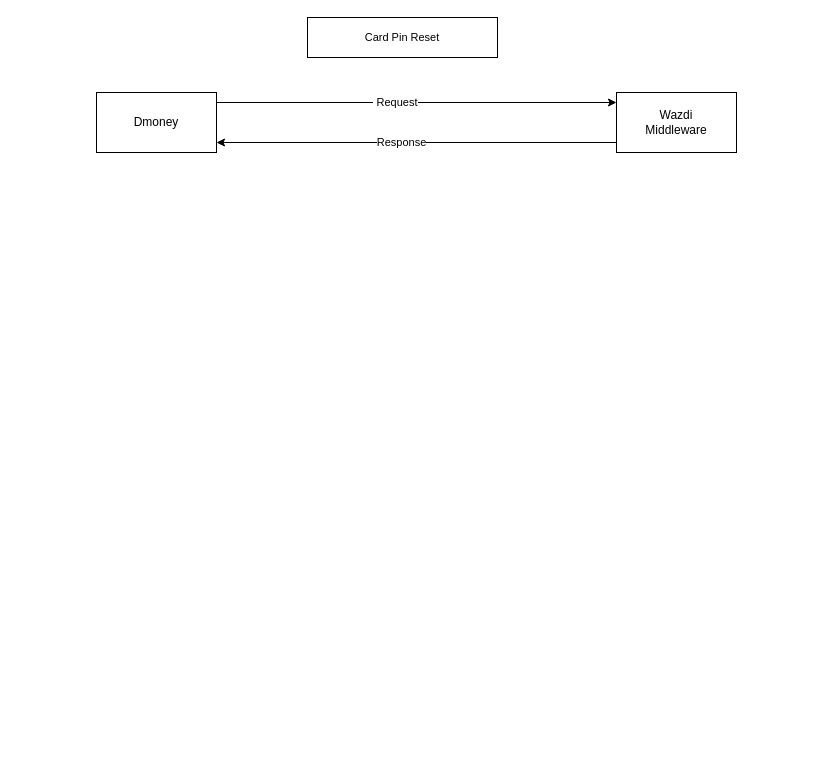
This is page "Forgot PIN API" (3 of 6) of Untitled Diagram.drawio from hanifuddin15/LocalApiTest, a draw.io file, before an edit. Source tidied: cells renumbered, new cells numbered last; positions are measured from the earlier drawing's top-left corner, leaving out a move shared by most shapes. Both pictures are drawn from the tidied source at 100%, with x=0, y=0 at pixel (96, 17).
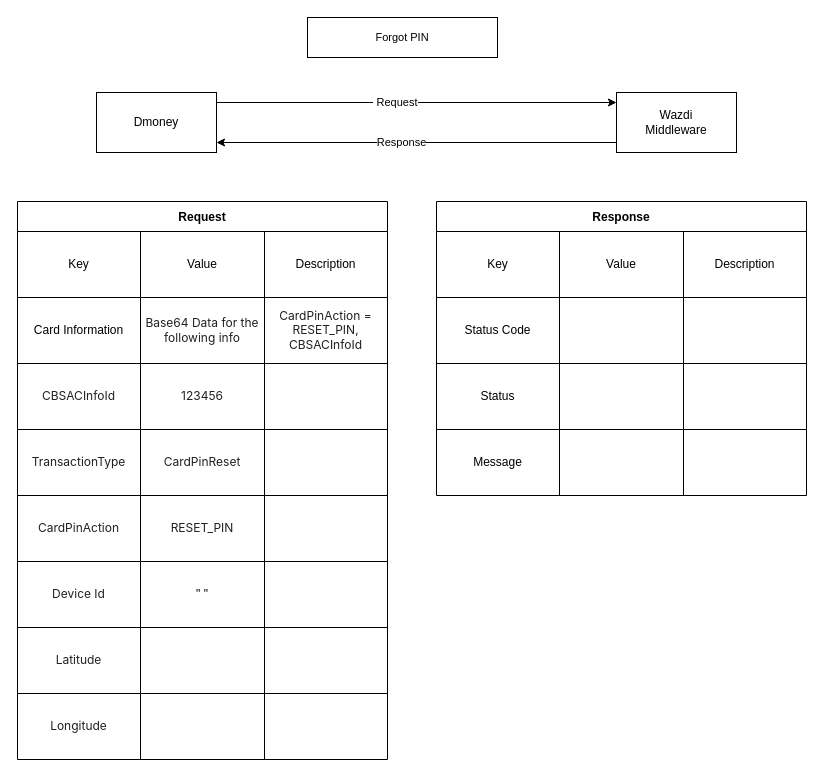
The same page after the edit.

Diff of the diagram source:
```diff
@@
-    <mxCell id="8" value="&lt;span style=&quot;font-size: 11px; background-color: rgb(255, 255, 255);&quot;&gt;Card Pin Reset&lt;/span&gt;" style="rounded=0;whiteSpace=wrap;html=1;" parent="1" vertex="1">
+    <mxCell id="8" value="&lt;span style=&quot;font-size: 11px; background-color: rgb(255, 255, 255);&quot;&gt;Forgot PIN&lt;/span&gt;" style="rounded=0;whiteSpace=wrap;html=1;" parent="1" vertex="1">
       <mxGeometry x="211" width="190" height="40" as="geometry" />
     </mxCell>
+    <mxCell id="9" value="Request" style="shape=table;startSize=30;childLayout=tableLayout;fontStyle=1;align=center;" parent="1" vertex="1">
+      <mxGeometry x="-79" y="184" width="370" height="558" as="geometry" />
+    </mxCell>
+    <mxCell id="10" style="shape=tableRow;horizontal=0;startSize=0;swimlaneHead=0;swimlaneBody=0;top=0;left=0;bottom=0;right=0;fillColor=none;" parent="9" vertex="1">
+      <mxGeometry y="30" width="370" height="66" as="geometry" />
+    </mxCell>
+    <mxCell id="11" value="Key" style="shape=partialRectangle;html=1;whiteSpace=wrap;fillColor=none;top=0;left=0;bottom=0;right=0;overflow=hidden;" parent="10" vertex="1">
+      <mxGeometry width="123" height="66" as="geometry" />
+    </mxCell>
+    <mxCell id="12" value="Value" style="shape=partialRectangle;html=1;whiteSpace=wrap;fillColor=none;top=0;left=0;bottom=0;right=0;overflow=hidden;" parent="10" vertex="1">
+      <mxGeometry x="123" width="124" height="66" as="geometry" />
+    </mxCell>
+    <mxCell id="13" value="Description" style="shape=partialRectangle;html=1;whiteSpace=wrap;fillColor=none;top=0;left=0;bottom=0;right=0;overflow=hidden;" parent="10" vertex="1">
+      <mxGeometry x="247" width="123" height="66" as="geometry" />
+    </mxCell>
+    <mxCell id="14" style="shape=tableRow;horizontal=0;startSize=0;swimlaneHead=0;swimlaneBody=0;top=0;left=0;bottom=0;right=0;fillColor=none;" parent="9" vertex="1">
+      <mxGeometry y="96" width="370" height="66" as="geometry" />
+    </mxCell>
+    <mxCell id="15" value="Card Information" style="shape=partialRectangle;html=1;whiteSpace=wrap;fillColor=none;top=0;left=0;bottom=0;right=0;overflow=hidden;" parent="14" vertex="1">
+      <mxGeometry width="123" height="66" as="geometry" />
+    </mxCell>
+    <mxCell id="16" value="&lt;span style=&quot;color: rgb(33, 33, 33); font-family: Inter, system-ui, -apple-system, BlinkMacSystemFont, &amp;quot;Segoe UI&amp;quot;, Roboto, Oxygen, Ubuntu, Cantarell, &amp;quot;Fira Sans&amp;quot;, &amp;quot;Droid Sans&amp;quot;, Helvetica, Arial, sans-serif; text-align: left; background-color: rgb(255, 255, 255);&quot;&gt;Base64 Data for the following info&lt;/span&gt;" style="shape=partialRectangle;html=1;whiteSpace=wrap;fillColor=none;top=0;left=0;bottom=0;right=0;overflow=hidden;" parent="14" vertex="1">
+      <mxGeometry x="123" width="124" height="66" as="geometry" />
+    </mxCell>
+    <mxCell id="17" value="&lt;span style=&quot;color: rgb(33, 33, 33); font-family: Inter, system-ui, -apple-system, BlinkMacSystemFont, &amp;quot;Segoe UI&amp;quot;, Roboto, Oxygen, Ubuntu, Cantarell, &amp;quot;Fira Sans&amp;quot;, &amp;quot;Droid Sans&amp;quot;, Helvetica, Arial, sans-serif; text-align: left; background-color: rgb(255, 255, 255);&quot;&gt;CardPinAction = RESET_PIN, CBSACInfoId&lt;/span&gt;" style="shape=partialRectangle;html=1;whiteSpace=wrap;fillColor=none;top=0;left=0;bottom=0;right=0;overflow=hidden;" parent="14" vertex="1">
+      <mxGeometry x="247" width="123" height="66" as="geometry" />
+    </mxCell>
+    <mxCell id="18" style="shape=tableRow;horizontal=0;startSize=0;swimlaneHead=0;swimlaneBody=0;top=0;left=0;bottom=0;right=0;fillColor=none;" parent="9" vertex="1">
+      <mxGeometry y="162" width="370" height="66" as="geometry" />
+    </mxCell>
+    <mxCell id="19" value="&lt;span style=&quot;color: rgb(33, 33, 33); font-family: Inter, system-ui, -apple-system, BlinkMacSystemFont, &amp;quot;Segoe UI&amp;quot;, Roboto, Oxygen, Ubuntu, Cantarell, &amp;quot;Fira Sans&amp;quot;, &amp;quot;Droid Sans&amp;quot;, Helvetica, Arial, sans-serif; text-align: left; background-color: rgb(255, 255, 255);&quot;&gt;CBSACInfoId&lt;/span&gt;" style="shape=partialRectangle;html=1;whiteSpace=wrap;fillColor=none;top=0;left=0;bottom=0;right=0;overflow=hidden;" parent="18" vertex="1">
+      <mxGeometry width="123" height="66" as="geometry" />
+    </mxCell>
+    <mxCell id="20" value="&lt;span style=&quot;color: rgb(33, 33, 33); font-family: Inter, system-ui, -apple-system, BlinkMacSystemFont, &amp;quot;Segoe UI&amp;quot;, Roboto, Oxygen, Ubuntu, Cantarell, &amp;quot;Fira Sans&amp;quot;, &amp;quot;Droid Sans&amp;quot;, Helvetica, Arial, sans-serif; text-align: left; background-color: rgb(255, 255, 255);&quot;&gt;123456&lt;/span&gt;" style="shape=partialRectangle;html=1;whiteSpace=wrap;fillColor=none;top=0;left=0;bottom=0;right=0;overflow=hidden;" parent="18" vertex="1">
+      <mxGeometry x="123" width="124" height="66" as="geometry" />
+    </mxCell>
+    <mxCell id="21" style="shape=partialRectangle;html=1;whiteSpace=wrap;fillColor=none;top=0;left=0;bottom=0;right=0;overflow=hidden;" parent="18" vertex="1">
+      <mxGeometry x="247" width="123" height="66" as="geometry" />
+    </mxCell>
+    <mxCell id="22" style="shape=tableRow;horizontal=0;startSize=0;swimlaneHead=0;swimlaneBody=0;top=0;left=0;bottom=0;right=0;fillColor=none;" parent="9" vertex="1">
+      <mxGeometry y="228" width="370" height="66" as="geometry" />
+    </mxCell>
+    <mxCell id="23" value="&lt;span style=&quot;color: rgb(33, 33, 33); font-family: Inter, system-ui, -apple-system, BlinkMacSystemFont, &amp;quot;Segoe UI&amp;quot;, Roboto, Oxygen, Ubuntu, Cantarell, &amp;quot;Fira Sans&amp;quot;, &amp;quot;Droid Sans&amp;quot;, Helvetica, Arial, sans-serif; text-align: left; background-color: rgb(255, 255, 255);&quot;&gt;TransactionType&lt;/span&gt;" style="shape=partialRectangle;html=1;whiteSpace=wrap;fillColor=none;top=0;left=0;bottom=0;right=0;overflow=hidden;" parent="22" vertex="1">
+      <mxGeometry width="123" height="66" as="geometry" />
+    </mxCell>
+    <mxCell id="24" value="&lt;span style=&quot;color: rgb(33, 33, 33); font-family: Inter, system-ui, -apple-system, BlinkMacSystemFont, &amp;quot;Segoe UI&amp;quot;, Roboto, Oxygen, Ubuntu, Cantarell, &amp;quot;Fira Sans&amp;quot;, &amp;quot;Droid Sans&amp;quot;, Helvetica, Arial, sans-serif; text-align: left; background-color: rgb(255, 255, 255);&quot;&gt;CardPinReset&lt;/span&gt;" style="shape=partialRectangle;html=1;whiteSpace=wrap;fillColor=none;top=0;left=0;bottom=0;right=0;overflow=hidden;" parent="22" vertex="1">
+      <mxGeometry x="123" width="124" height="66" as="geometry" />
+    </mxCell>
+    <mxCell id="25" style="shape=partialRectangle;html=1;whiteSpace=wrap;fillColor=none;top=0;left=0;bottom=0;right=0;overflow=hidden;" parent="22" vertex="1">
+      <mxGeometry x="247" width="123" height="66" as="geometry" />
+    </mxCell>
+    <mxCell id="26" style="shape=tableRow;horizontal=0;startSize=0;swimlaneHead=0;swimlaneBody=0;top=0;left=0;bottom=0;right=0;fillColor=none;" parent="9" vertex="1">
+      <mxGeometry y="294" width="370" height="66" as="geometry" />
+    </mxCell>
+    <mxCell id="27" value="&lt;span style=&quot;color: rgb(33, 33, 33); font-family: Inter, system-ui, -apple-system, BlinkMacSystemFont, &amp;quot;Segoe UI&amp;quot;, Roboto, Oxygen, Ubuntu, Cantarell, &amp;quot;Fira Sans&amp;quot;, &amp;quot;Droid Sans&amp;quot;, Helvetica, Arial, sans-serif; text-align: left; background-color: rgb(255, 255, 255);&quot;&gt;CardPinAction&lt;/span&gt;" style="shape=partialRectangle;html=1;whiteSpace=wrap;fillColor=none;top=0;left=0;bottom=0;right=0;overflow=hidden;" parent="26" vertex="1">
+      <mxGeometry width="123" height="66" as="geometry" />
+    </mxCell>
+    <mxCell id="28" value="&lt;span style=&quot;color: rgb(33, 33, 33); font-family: Inter, system-ui, -apple-system, BlinkMacSystemFont, &amp;quot;Segoe UI&amp;quot;, Roboto, Oxygen, Ubuntu, Cantarell, &amp;quot;Fira Sans&amp;quot;, &amp;quot;Droid Sans&amp;quot;, Helvetica, Arial, sans-serif; text-align: left; background-color: rgb(255, 255, 255);&quot;&gt;RESET_PIN&lt;/span&gt;" style="shape=partialRectangle;html=1;whiteSpace=wrap;fillColor=none;top=0;left=0;bottom=0;right=0;overflow=hidden;" parent="26" vertex="1">
+      <mxGeometry x="123" width="124" height="66" as="geometry" />
+    </mxCell>
+    <mxCell id="29" style="shape=partialRectangle;html=1;whiteSpace=wrap;fillColor=none;top=0;left=0;bottom=0;right=0;overflow=hidden;" parent="26" vertex="1">
+      <mxGeometry x="247" width="123" height="66" as="geometry" />
+    </mxCell>
+    <mxCell id="30" style="shape=tableRow;horizontal=0;startSize=0;swimlaneHead=0;swimlaneBody=0;top=0;left=0;bottom=0;right=0;fillColor=none;" parent="9" vertex="1">
+      <mxGeometry y="360" width="370" height="66" as="geometry" />
+    </mxCell>
+    <mxCell id="31" value="&lt;span style=&quot;color: rgb(33, 33, 33); font-family: Inter, system-ui, -apple-system, BlinkMacSystemFont, &amp;quot;Segoe UI&amp;quot;, Roboto, Oxygen, Ubuntu, Cantarell, &amp;quot;Fira Sans&amp;quot;, &amp;quot;Droid Sans&amp;quot;, Helvetica, Arial, sans-serif; text-align: left; background-color: rgb(255, 255, 255);&quot;&gt;Device Id&lt;/span&gt;" style="shape=partialRectangle;html=1;whiteSpace=wrap;fillColor=none;top=0;left=0;bottom=0;right=0;overflow=hidden;" parent="30" vertex="1">
+      <mxGeometry width="123" height="66" as="geometry" />
+    </mxCell>
+    <mxCell id="32" value="&quot; &quot;" style="shape=partialRectangle;html=1;whiteSpace=wrap;fillColor=none;top=0;left=0;bottom=0;right=0;overflow=hidden;" parent="30" vertex="1">
+      <mxGeometry x="123" width="124" height="66" as="geometry" />
+    </mxCell>
+    <mxCell id="33" style="shape=partialRectangle;html=1;whiteSpace=wrap;fillColor=none;top=0;left=0;bottom=0;right=0;overflow=hidden;" parent="30" vertex="1">
+      <mxGeometry x="247" width="123" height="66" as="geometry" />
+    </mxCell>
+    <mxCell id="34" style="shape=tableRow;horizontal=0;startSize=0;swimlaneHead=0;swimlaneBody=0;top=0;left=0;bottom=0;right=0;fillColor=none;" parent="9" vertex="1">
+      <mxGeometry y="426" width="370" height="66" as="geometry" />
+    </mxCell>
+    <mxCell id="35" value="&lt;span style=&quot;color: rgb(33, 33, 33); font-family: Inter, system-ui, -apple-system, BlinkMacSystemFont, &amp;quot;Segoe UI&amp;quot;, Roboto, Oxygen, Ubuntu, Cantarell, &amp;quot;Fira Sans&amp;quot;, &amp;quot;Droid Sans&amp;quot;, Helvetica, Arial, sans-serif; text-align: left; background-color: rgb(255, 255, 255);&quot;&gt;Latitude&lt;/span&gt;" style="shape=partialRectangle;html=1;whiteSpace=wrap;fillColor=none;top=0;left=0;bottom=0;right=0;overflow=hidden;" parent="34" vertex="1">
+      <mxGeometry width="123" height="66" as="geometry" />
+    </mxCell>
+    <mxCell id="36" style="shape=partialRectangle;html=1;whiteSpace=wrap;fillColor=none;top=0;left=0;bottom=0;right=0;overflow=hidden;" parent="34" vertex="1">
+      <mxGeometry x="123" width="124" height="66" as="geometry" />
+    </mxCell>
+    <mxCell id="37" style="shape=partialRectangle;html=1;whiteSpace=wrap;fillColor=none;top=0;left=0;bottom=0;right=0;overflow=hidden;" parent="34" vertex="1">
+      <mxGeometry x="247" width="123" height="66" as="geometry" />
+    </mxCell>
+    <mxCell id="38" style="shape=tableRow;horizontal=0;startSize=0;swimlaneHead=0;swimlaneBody=0;top=0;left=0;bottom=0;right=0;fillColor=none;" parent="9" vertex="1">
+      <mxGeometry y="492" width="370" height="66" as="geometry" />
+    </mxCell>
+    <mxCell id="39" value="&lt;span style=&quot;color: rgb(33, 33, 33); font-family: Inter, system-ui, -apple-system, BlinkMacSystemFont, &amp;quot;Segoe UI&amp;quot;, Roboto, Oxygen, Ubuntu, Cantarell, &amp;quot;Fira Sans&amp;quot;, &amp;quot;Droid Sans&amp;quot;, Helvetica, Arial, sans-serif; text-align: left; background-color: rgb(255, 255, 255);&quot;&gt;Longitude&lt;/span&gt;" style="shape=partialRectangle;html=1;whiteSpace=wrap;fillColor=none;top=0;left=0;bottom=0;right=0;overflow=hidden;" parent="38" vertex="1">
+      <mxGeometry width="123" height="66" as="geometry" />
+    </mxCell>
+    <mxCell id="40" style="shape=partialRectangle;html=1;whiteSpace=wrap;fillColor=none;top=0;left=0;bottom=0;right=0;overflow=hidden;" parent="38" vertex="1">
+      <mxGeometry x="123" width="124" height="66" as="geometry" />
+    </mxCell>
+    <mxCell id="41" style="shape=partialRectangle;html=1;whiteSpace=wrap;fillColor=none;top=0;left=0;bottom=0;right=0;overflow=hidden;" parent="38" vertex="1">
+      <mxGeometry x="247" width="123" height="66" as="geometry" />
+    </mxCell>
+    <mxCell id="42" value="Response" style="shape=table;startSize=30;childLayout=tableLayout;fontStyle=1;align=center;" parent="1" vertex="1">
+      <mxGeometry x="340" y="184" width="370" height="294" as="geometry" />
+    </mxCell>
+    <mxCell id="43" style="shape=tableRow;horizontal=0;startSize=0;swimlaneHead=0;swimlaneBody=0;top=0;left=0;bottom=0;right=0;fillColor=none;" parent="42" vertex="1">
+      <mxGeometry y="30" width="370" height="66" as="geometry" />
+    </mxCell>
+    <mxCell id="44" value="Key" style="shape=partialRectangle;html=1;whiteSpace=wrap;fillColor=none;top=0;left=0;bottom=0;right=0;overflow=hidden;" parent="43" vertex="1">
+      <mxGeometry width="123" height="66" as="geometry" />
+    </mxCell>
+    <mxCell id="45" value="Value" style="shape=partialRectangle;html=1;whiteSpace=wrap;fillColor=none;top=0;left=0;bottom=0;right=0;overflow=hidden;" parent="43" vertex="1">
+      <mxGeometry x="123" width="124" height="66" as="geometry" />
+    </mxCell>
+    <mxCell id="46" value="Description" style="shape=partialRectangle;html=1;whiteSpace=wrap;fillColor=none;top=0;left=0;bottom=0;right=0;overflow=hidden;" parent="43" vertex="1">
+      <mxGeometry x="247" width="123" height="66" as="geometry" />
+    </mxCell>
+    <mxCell id="47" style="shape=tableRow;horizontal=0;startSize=0;swimlaneHead=0;swimlaneBody=0;top=0;left=0;bottom=0;right=0;fillColor=none;" parent="42" vertex="1">
+      <mxGeometry y="96" width="370" height="66" as="geometry" />
+    </mxCell>
+    <mxCell id="48" value="Status Code" style="shape=partialRectangle;html=1;whiteSpace=wrap;fillColor=none;top=0;left=0;bottom=0;right=0;overflow=hidden;" parent="47" vertex="1">
+      <mxGeometry width="123" height="66" as="geometry" />
+    </mxCell>
+    <mxCell id="49" style="shape=partialRectangle;html=1;whiteSpace=wrap;fillColor=none;top=0;left=0;bottom=0;right=0;overflow=hidden;" parent="47" vertex="1">
+      <mxGeometry x="123" width="124" height="66" as="geometry" />
+    </mxCell>
+    <mxCell id="50" style="shape=partialRectangle;html=1;whiteSpace=wrap;fillColor=none;top=0;left=0;bottom=0;right=0;overflow=hidden;" parent="47" vertex="1">
+      <mxGeometry x="247" width="123" height="66" as="geometry" />
+    </mxCell>
+    <mxCell id="51" style="shape=tableRow;horizontal=0;startSize=0;swimlaneHead=0;swimlaneBody=0;top=0;left=0;bottom=0;right=0;fillColor=none;" parent="42" vertex="1">
+      <mxGeometry y="162" width="370" height="66" as="geometry" />
+    </mxCell>
+    <mxCell id="52" value="Status" style="shape=partialRectangle;html=1;whiteSpace=wrap;fillColor=none;top=0;left=0;bottom=0;right=0;overflow=hidden;" parent="51" vertex="1">
+      <mxGeometry width="123" height="66" as="geometry" />
+    </mxCell>
+    <mxCell id="53" style="shape=partialRectangle;html=1;whiteSpace=wrap;fillColor=none;top=0;left=0;bottom=0;right=0;overflow=hidden;" parent="51" vertex="1">
+      <mxGeometry x="123" width="124" height="66" as="geometry" />
+    </mxCell>
+    <mxCell id="54" style="shape=partialRectangle;html=1;whiteSpace=wrap;fillColor=none;top=0;left=0;bottom=0;right=0;overflow=hidden;" parent="51" vertex="1">
+      <mxGeometry x="247" width="123" height="66" as="geometry" />
+    </mxCell>
+    <mxCell id="55" style="shape=tableRow;horizontal=0;startSize=0;swimlaneHead=0;swimlaneBody=0;top=0;left=0;bottom=0;right=0;fillColor=none;" parent="42" vertex="1">
+      <mxGeometry y="228" width="370" height="66" as="geometry" />
+    </mxCell>
+    <mxCell id="56" value="Message" style="shape=partialRectangle;html=1;whiteSpace=wrap;fillColor=none;top=0;left=0;bottom=0;right=0;overflow=hidden;" parent="55" vertex="1">
+      <mxGeometry width="123" height="66" as="geometry" />
+    </mxCell>
+    <mxCell id="57" style="shape=partialRectangle;html=1;whiteSpace=wrap;fillColor=none;top=0;left=0;bottom=0;right=0;overflow=hidden;" parent="55" vertex="1">
+      <mxGeometry x="123" width="124" height="66" as="geometry" />
+    </mxCell>
+    <mxCell id="58" style="shape=partialRectangle;html=1;whiteSpace=wrap;fillColor=none;top=0;left=0;bottom=0;right=0;overflow=hidden;" parent="55" vertex="1">
+      <mxGeometry x="247" width="123" height="66" as="geometry" />
+    </mxCell>
```
